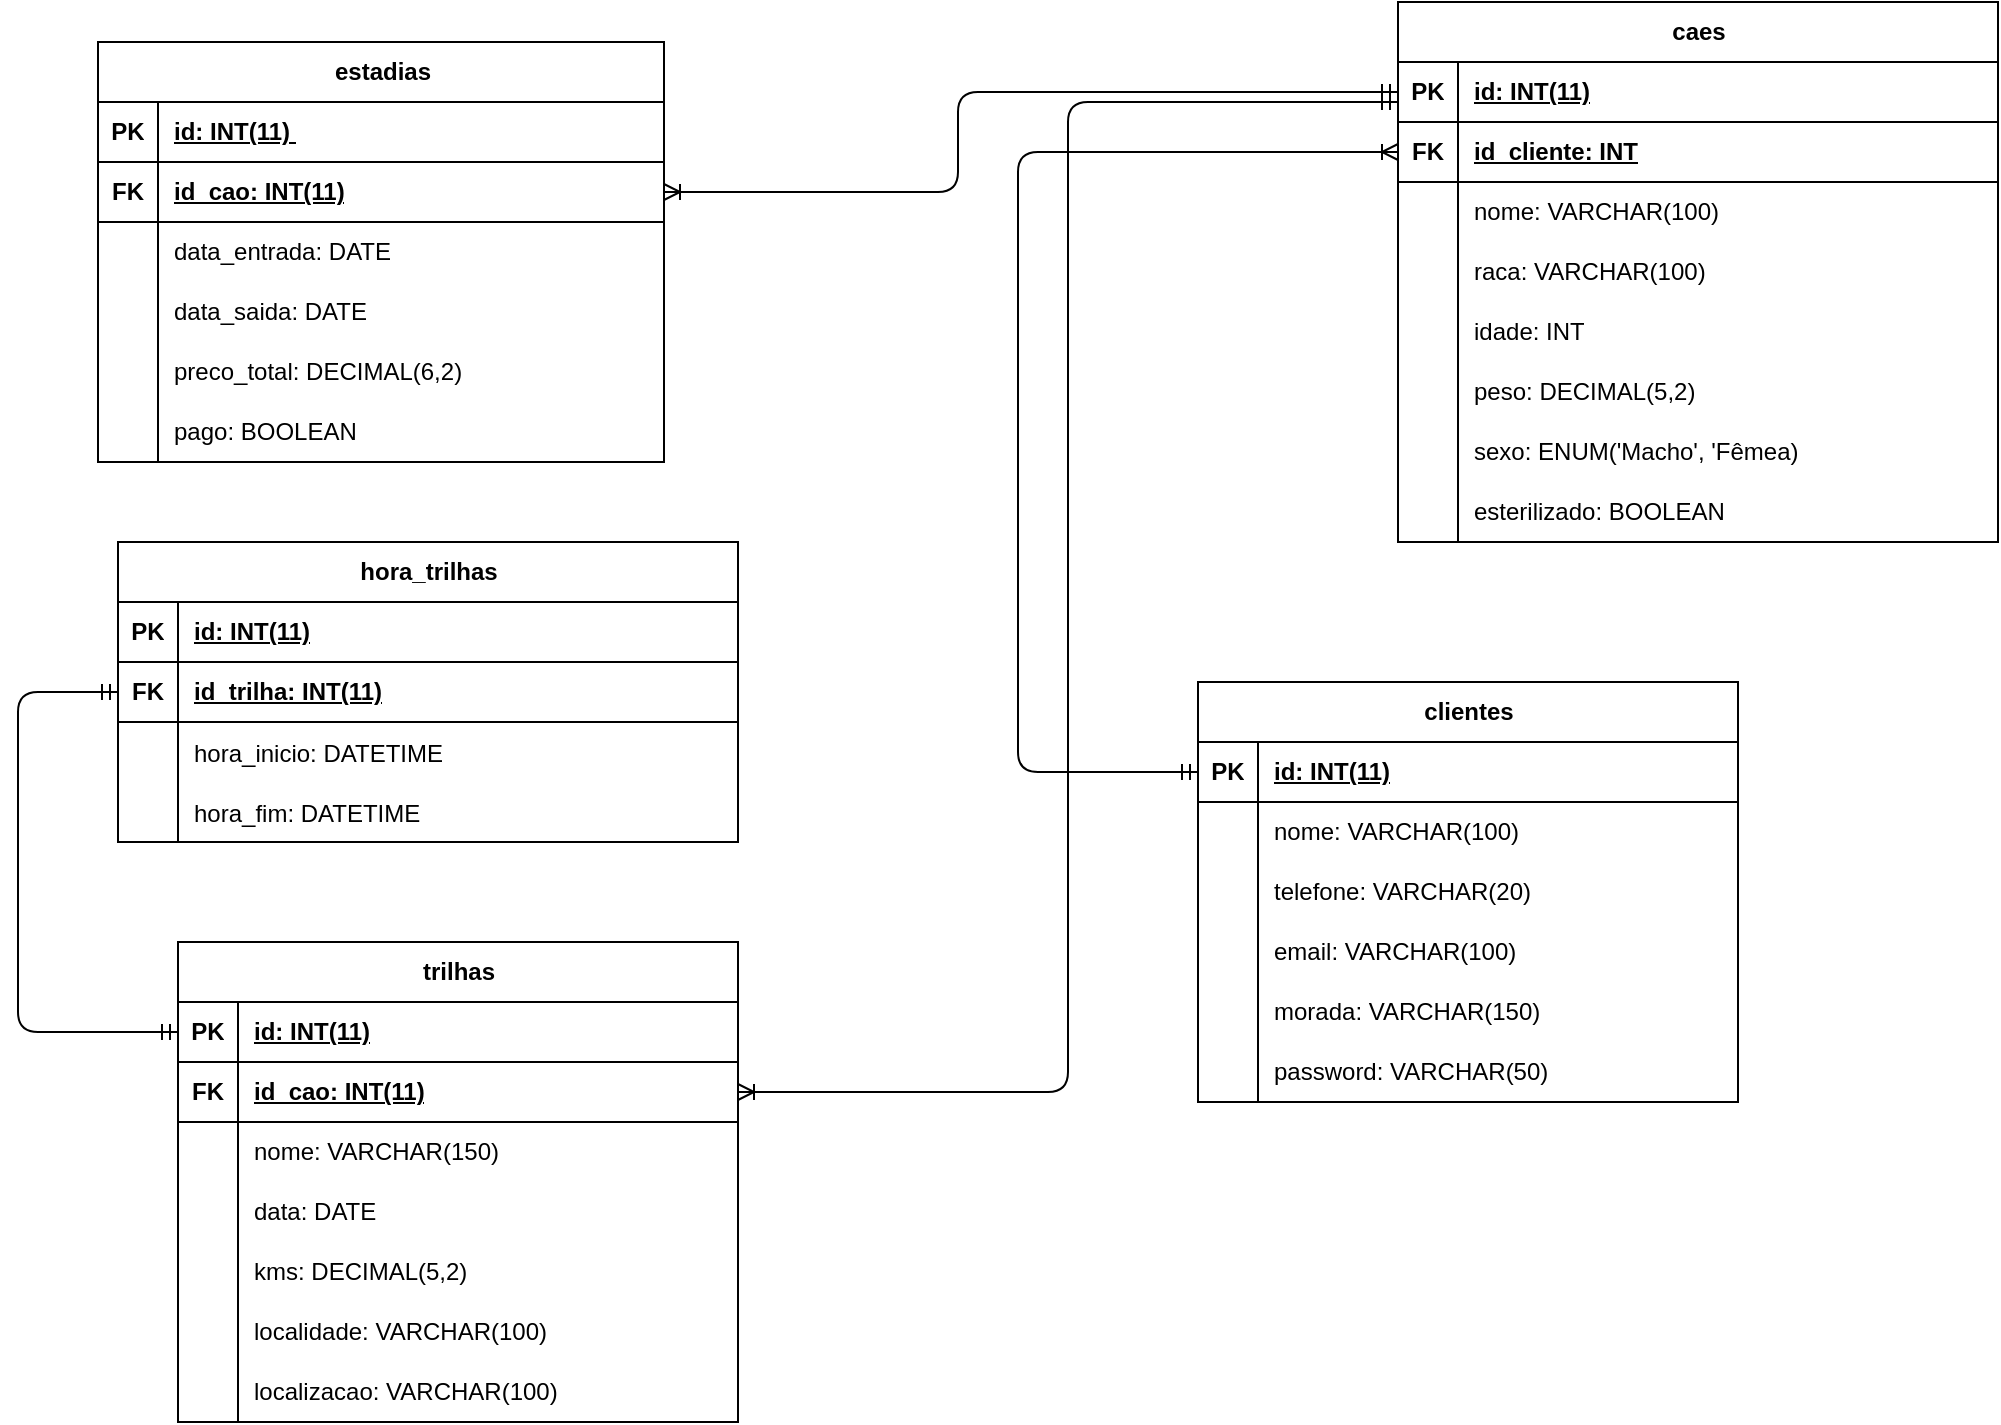
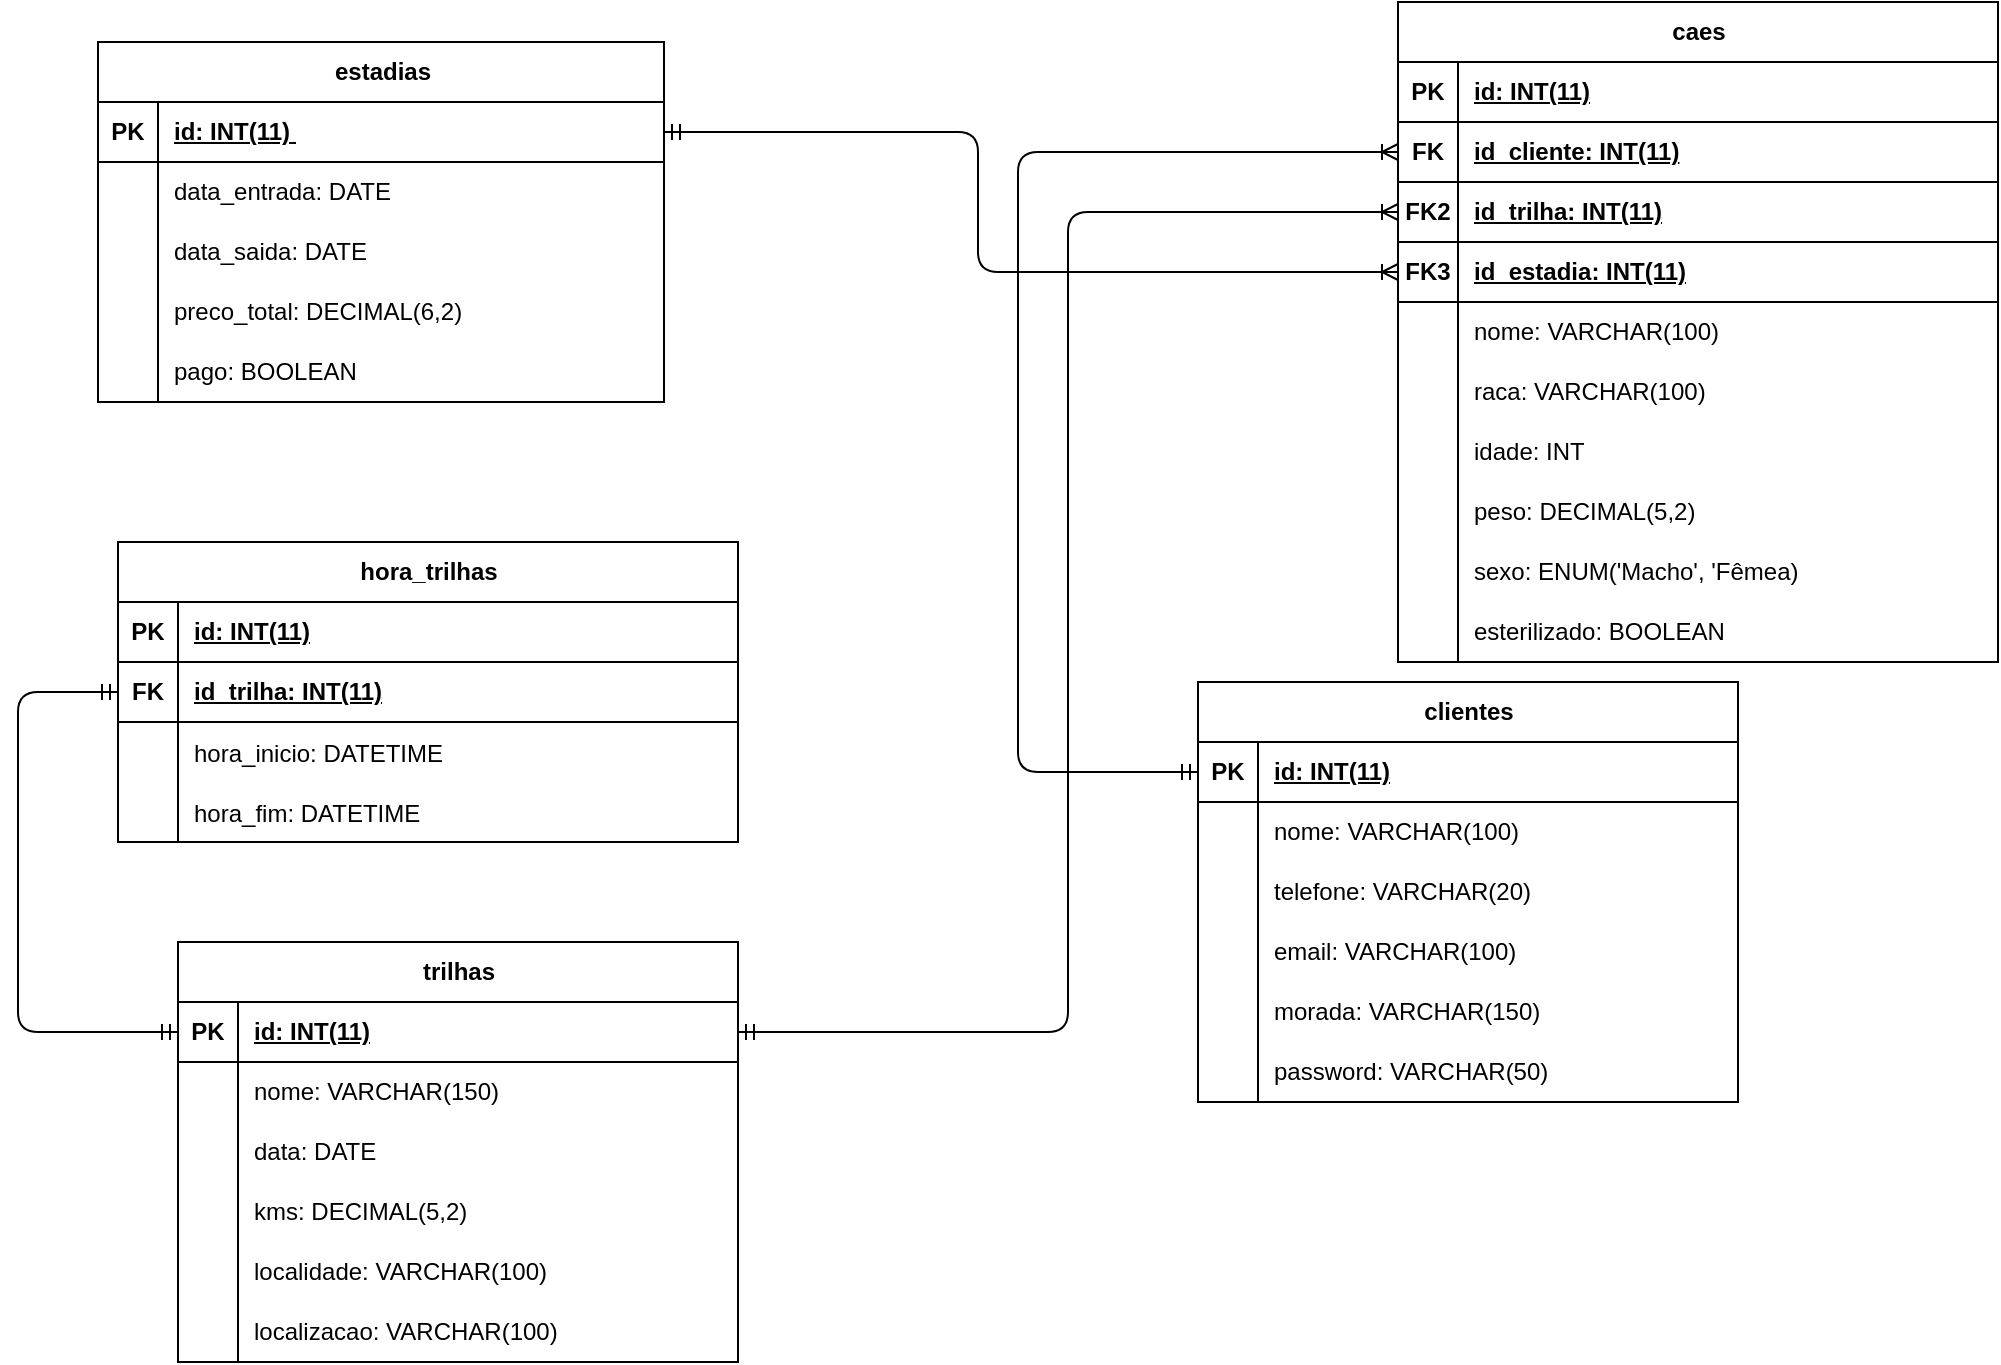
<mxfile host="65bd71144e">
    <diagram id="qsuWvYv3qOpMwH8im1zI" name="Page-1">
-         <mxGraphModel dx="540" dy="1879" grid="1" gridSize="10" guides="1" tooltips="1" connect="1" arrows="1" fold="1" page="1" pageScale="1" pageWidth="850" pageHeight="1100" math="0" shadow="0">
+         <mxGraphModel dx="1086" dy="1391" grid="1" gridSize="10" guides="1" tooltips="1" connect="1" arrows="1" fold="1" page="1" pageScale="1" pageWidth="850" pageHeight="1100" math="0" shadow="0">
            <root>
                <mxCell id="0"/>
                <mxCell id="1" parent="0"/>
                <mxCell id="52" value="estadias" style="shape=table;startSize=30;container=1;collapsible=1;childLayout=tableLayout;fixedRows=1;rowLines=0;fontStyle=1;align=center;resizeLast=1;html=1;" parent="1" vertex="1">
-                     <mxGeometry x="150" y="-40" width="283" height="210" as="geometry"/>
+                     <mxGeometry x="150" y="-40" width="283" height="180" as="geometry"/>
                </mxCell>
                <mxCell id="53" value="" style="shape=tableRow;horizontal=0;startSize=0;swimlaneHead=0;swimlaneBody=0;fillColor=none;collapsible=0;dropTarget=0;points=[[0,0.5],[1,0.5]];portConstraint=eastwest;top=0;left=0;right=0;bottom=1;" parent="52" vertex="1">
                    <mxGeometry y="30" width="283" height="30" as="geometry"/>
                </mxCell>
                <mxCell id="54" value="PK" style="shape=partialRectangle;connectable=0;fillColor=none;top=0;left=0;bottom=0;right=0;fontStyle=1;overflow=hidden;whiteSpace=wrap;html=1;" parent="53" vertex="1">
                    <mxGeometry width="30" height="30" as="geometry">
                        <mxRectangle width="30" height="30" as="alternateBounds"/>
                    </mxGeometry>
                </mxCell>
                <mxCell id="55" value="id: INT(11)&amp;nbsp;" style="shape=partialRectangle;connectable=0;fillColor=none;top=0;left=0;bottom=0;right=0;align=left;spacingLeft=6;fontStyle=5;overflow=hidden;whiteSpace=wrap;html=1;" parent="53" vertex="1">
                    <mxGeometry x="30" width="253" height="30" as="geometry">
                        <mxRectangle width="253" height="30" as="alternateBounds"/>
                    </mxGeometry>
                </mxCell>
-                 <mxCell id="65" style="shape=tableRow;horizontal=0;startSize=0;swimlaneHead=0;swimlaneBody=0;fillColor=none;collapsible=0;dropTarget=0;points=[[0,0.5],[1,0.5]];portConstraint=eastwest;top=0;left=0;right=0;bottom=1;" parent="52" vertex="1">
+                 <mxCell id="56" value="" style="shape=tableRow;horizontal=0;startSize=0;swimlaneHead=0;swimlaneBody=0;fillColor=none;collapsible=0;dropTarget=0;points=[[0,0.5],[1,0.5]];portConstraint=eastwest;top=0;left=0;right=0;bottom=0;" parent="52" vertex="1">
                    <mxGeometry y="60" width="283" height="30" as="geometry"/>
-                 </mxCell>
-                 <mxCell id="66" value="FK" style="shape=partialRectangle;connectable=0;fillColor=none;top=0;left=0;bottom=0;right=0;fontStyle=1;overflow=hidden;whiteSpace=wrap;html=1;" parent="65" vertex="1">
-                     <mxGeometry width="30" height="30" as="geometry">
-                         <mxRectangle width="30" height="30" as="alternateBounds"/>
-                     </mxGeometry>
-                 </mxCell>
-                 <mxCell id="67" value="id_cao: INT(11)" style="shape=partialRectangle;connectable=0;fillColor=none;top=0;left=0;bottom=0;right=0;align=left;spacingLeft=6;fontStyle=5;overflow=hidden;whiteSpace=wrap;html=1;" parent="65" vertex="1">
-                     <mxGeometry x="30" width="253" height="30" as="geometry">
-                         <mxRectangle width="253" height="30" as="alternateBounds"/>
-                     </mxGeometry>
-                 </mxCell>
-                 <mxCell id="56" value="" style="shape=tableRow;horizontal=0;startSize=0;swimlaneHead=0;swimlaneBody=0;fillColor=none;collapsible=0;dropTarget=0;points=[[0,0.5],[1,0.5]];portConstraint=eastwest;top=0;left=0;right=0;bottom=0;" parent="52" vertex="1">
-                     <mxGeometry y="90" width="283" height="30" as="geometry"/>
                </mxCell>
                <mxCell id="57" value="" style="shape=partialRectangle;connectable=0;fillColor=none;top=0;left=0;bottom=0;right=0;editable=1;overflow=hidden;whiteSpace=wrap;html=1;" parent="56" vertex="1">
                    <mxGeometry width="30" height="30" as="geometry">
                        <mxRectangle width="30" height="30" as="alternateBounds"/>
                    </mxGeometry>
                </mxCell>
                <mxCell id="58" value="data_entrada: DATE" style="shape=partialRectangle;connectable=0;fillColor=none;top=0;left=0;bottom=0;right=0;align=left;spacingLeft=6;overflow=hidden;whiteSpace=wrap;html=1;" parent="56" vertex="1">
                    <mxGeometry x="30" width="253" height="30" as="geometry">
                        <mxRectangle width="253" height="30" as="alternateBounds"/>
                    </mxGeometry>
                </mxCell>
                <mxCell id="59" value="" style="shape=tableRow;horizontal=0;startSize=0;swimlaneHead=0;swimlaneBody=0;fillColor=none;collapsible=0;dropTarget=0;points=[[0,0.5],[1,0.5]];portConstraint=eastwest;top=0;left=0;right=0;bottom=0;" parent="52" vertex="1">
-                     <mxGeometry y="120" width="283" height="30" as="geometry"/>
+                     <mxGeometry y="90" width="283" height="30" as="geometry"/>
                </mxCell>
                <mxCell id="60" value="" style="shape=partialRectangle;connectable=0;fillColor=none;top=0;left=0;bottom=0;right=0;editable=1;overflow=hidden;whiteSpace=wrap;html=1;" parent="59" vertex="1">
                    <mxGeometry width="30" height="30" as="geometry">
                        <mxRectangle width="30" height="30" as="alternateBounds"/>
                    </mxGeometry>
                </mxCell>
                <mxCell id="61" value="data_saida: DATE" style="shape=partialRectangle;connectable=0;fillColor=none;top=0;left=0;bottom=0;right=0;align=left;spacingLeft=6;overflow=hidden;whiteSpace=wrap;html=1;" parent="59" vertex="1">
                    <mxGeometry x="30" width="253" height="30" as="geometry">
                        <mxRectangle width="253" height="30" as="alternateBounds"/>
                    </mxGeometry>
                </mxCell>
                <mxCell id="62" value="" style="shape=tableRow;horizontal=0;startSize=0;swimlaneHead=0;swimlaneBody=0;fillColor=none;collapsible=0;dropTarget=0;points=[[0,0.5],[1,0.5]];portConstraint=eastwest;top=0;left=0;right=0;bottom=0;" parent="52" vertex="1">
-                     <mxGeometry y="150" width="283" height="30" as="geometry"/>
+                     <mxGeometry y="120" width="283" height="30" as="geometry"/>
                </mxCell>
                <mxCell id="63" value="" style="shape=partialRectangle;connectable=0;fillColor=none;top=0;left=0;bottom=0;right=0;editable=1;overflow=hidden;whiteSpace=wrap;html=1;" parent="62" vertex="1">
                    <mxGeometry width="30" height="30" as="geometry">
                        <mxRectangle width="30" height="30" as="alternateBounds"/>
                    </mxGeometry>
                </mxCell>
                <mxCell id="64" value="&lt;span style=&quot;color: rgb(0, 0, 0);&quot;&gt;preco_total: DECIMAL(6,2)&amp;nbsp;&lt;/span&gt;" style="shape=partialRectangle;connectable=0;fillColor=none;top=0;left=0;bottom=0;right=0;align=left;spacingLeft=6;overflow=hidden;whiteSpace=wrap;html=1;" parent="62" vertex="1">
                    <mxGeometry x="30" width="253" height="30" as="geometry">
                        <mxRectangle width="253" height="30" as="alternateBounds"/>
                    </mxGeometry>
                </mxCell>
                <mxCell id="68" style="shape=tableRow;horizontal=0;startSize=0;swimlaneHead=0;swimlaneBody=0;fillColor=none;collapsible=0;dropTarget=0;points=[[0,0.5],[1,0.5]];portConstraint=eastwest;top=0;left=0;right=0;bottom=0;" parent="52" vertex="1">
-                     <mxGeometry y="180" width="283" height="30" as="geometry"/>
+                     <mxGeometry y="150" width="283" height="30" as="geometry"/>
                </mxCell>
                <mxCell id="69" style="shape=partialRectangle;connectable=0;fillColor=none;top=0;left=0;bottom=0;right=0;editable=1;overflow=hidden;whiteSpace=wrap;html=1;" parent="68" vertex="1">
                    <mxGeometry width="30" height="30" as="geometry">
                        <mxRectangle width="30" height="30" as="alternateBounds"/>
                    </mxGeometry>
                </mxCell>
                <mxCell id="70" value="&lt;span style=&quot;color: rgb(0, 0, 0);&quot;&gt;pago: BOOLEAN&lt;/span&gt;" style="shape=partialRectangle;connectable=0;fillColor=none;top=0;left=0;bottom=0;right=0;align=left;spacingLeft=6;overflow=hidden;whiteSpace=wrap;html=1;" parent="68" vertex="1">
                    <mxGeometry x="30" width="253" height="30" as="geometry">
                        <mxRectangle width="253" height="30" as="alternateBounds"/>
                    </mxGeometry>
                </mxCell>
                <mxCell id="71" value="caes" style="shape=table;startSize=30;container=1;collapsible=1;childLayout=tableLayout;fixedRows=1;rowLines=0;fontStyle=1;align=center;resizeLast=1;html=1;" parent="1" vertex="1">
-                     <mxGeometry x="800" y="-60" width="300" height="270" as="geometry"/>
+                     <mxGeometry x="800" y="-60" width="300" height="330" as="geometry"/>
                </mxCell>
                <mxCell id="72" value="" style="shape=tableRow;horizontal=0;startSize=0;swimlaneHead=0;swimlaneBody=0;fillColor=none;collapsible=0;dropTarget=0;points=[[0,0.5],[1,0.5]];portConstraint=eastwest;top=0;left=0;right=0;bottom=1;" parent="71" vertex="1">
                    <mxGeometry y="30" width="300" height="30" as="geometry"/>
                </mxCell>
                <mxCell id="73" value="PK" style="shape=partialRectangle;connectable=0;fillColor=none;top=0;left=0;bottom=0;right=0;fontStyle=1;overflow=hidden;whiteSpace=wrap;html=1;" parent="72" vertex="1">
                    <mxGeometry width="30" height="30" as="geometry">
                        <mxRectangle width="30" height="30" as="alternateBounds"/>
                    </mxGeometry>
                </mxCell>
                <mxCell id="74" value="id: INT(11)" style="shape=partialRectangle;connectable=0;fillColor=none;top=0;left=0;bottom=0;right=0;align=left;spacingLeft=6;fontStyle=5;overflow=hidden;whiteSpace=wrap;html=1;" parent="72" vertex="1">
                    <mxGeometry x="30" width="270" height="30" as="geometry">
                        <mxRectangle width="270" height="30" as="alternateBounds"/>
                    </mxGeometry>
                </mxCell>
                <mxCell id="97" style="shape=tableRow;horizontal=0;startSize=0;swimlaneHead=0;swimlaneBody=0;fillColor=none;collapsible=0;dropTarget=0;points=[[0,0.5],[1,0.5]];portConstraint=eastwest;top=0;left=0;right=0;bottom=1;" parent="71" vertex="1">
                    <mxGeometry y="60" width="300" height="30" as="geometry"/>
                </mxCell>
                <mxCell id="98" value="FK" style="shape=partialRectangle;connectable=0;fillColor=none;top=0;left=0;bottom=0;right=0;fontStyle=1;overflow=hidden;whiteSpace=wrap;html=1;" parent="97" vertex="1">
                    <mxGeometry width="30" height="30" as="geometry">
                        <mxRectangle width="30" height="30" as="alternateBounds"/>
                    </mxGeometry>
                </mxCell>
-                 <mxCell id="99" value="id_cliente: INT" style="shape=partialRectangle;connectable=0;fillColor=none;top=0;left=0;bottom=0;right=0;align=left;spacingLeft=6;fontStyle=5;overflow=hidden;whiteSpace=wrap;html=1;" parent="97" vertex="1">
+                 <mxCell id="99" value="id_cliente: INT(11)" style="shape=partialRectangle;connectable=0;fillColor=none;top=0;left=0;bottom=0;right=0;align=left;spacingLeft=6;fontStyle=5;overflow=hidden;whiteSpace=wrap;html=1;" parent="97" vertex="1">
+                     <mxGeometry x="30" width="270" height="30" as="geometry">
+                         <mxRectangle width="270" height="30" as="alternateBounds"/>
+                     </mxGeometry>
+                 </mxCell>
+                 <mxCell id="192" style="shape=tableRow;horizontal=0;startSize=0;swimlaneHead=0;swimlaneBody=0;fillColor=none;collapsible=0;dropTarget=0;points=[[0,0.5],[1,0.5]];portConstraint=eastwest;top=0;left=0;right=0;bottom=1;" vertex="1" parent="71">
+                     <mxGeometry y="90" width="300" height="30" as="geometry"/>
+                 </mxCell>
+                 <mxCell id="193" value="FK2" style="shape=partialRectangle;connectable=0;fillColor=none;top=0;left=0;bottom=0;right=0;fontStyle=1;overflow=hidden;whiteSpace=wrap;html=1;" vertex="1" parent="192">
+                     <mxGeometry width="30" height="30" as="geometry">
+                         <mxRectangle width="30" height="30" as="alternateBounds"/>
+                     </mxGeometry>
+                 </mxCell>
+                 <mxCell id="194" value="id_trilha: INT(11)" style="shape=partialRectangle;connectable=0;fillColor=none;top=0;left=0;bottom=0;right=0;align=left;spacingLeft=6;fontStyle=5;overflow=hidden;whiteSpace=wrap;html=1;" vertex="1" parent="192">
+                     <mxGeometry x="30" width="270" height="30" as="geometry">
+                         <mxRectangle width="270" height="30" as="alternateBounds"/>
+                     </mxGeometry>
+                 </mxCell>
+                 <mxCell id="198" style="shape=tableRow;horizontal=0;startSize=0;swimlaneHead=0;swimlaneBody=0;fillColor=none;collapsible=0;dropTarget=0;points=[[0,0.5],[1,0.5]];portConstraint=eastwest;top=0;left=0;right=0;bottom=1;" vertex="1" parent="71">
+                     <mxGeometry y="120" width="300" height="30" as="geometry"/>
+                 </mxCell>
+                 <mxCell id="199" value="FK3" style="shape=partialRectangle;connectable=0;fillColor=none;top=0;left=0;bottom=0;right=0;fontStyle=1;overflow=hidden;whiteSpace=wrap;html=1;" vertex="1" parent="198">
+                     <mxGeometry width="30" height="30" as="geometry">
+                         <mxRectangle width="30" height="30" as="alternateBounds"/>
+                     </mxGeometry>
+                 </mxCell>
+                 <mxCell id="200" value="&lt;span style=&quot;color: rgb(0, 0, 0);&quot;&gt;id_estadia: INT(11)&lt;/span&gt;" style="shape=partialRectangle;connectable=0;fillColor=none;top=0;left=0;bottom=0;right=0;align=left;spacingLeft=6;fontStyle=5;overflow=hidden;whiteSpace=wrap;html=1;" vertex="1" parent="198">
                    <mxGeometry x="30" width="270" height="30" as="geometry">
                        <mxRectangle width="270" height="30" as="alternateBounds"/>
                    </mxGeometry>
                </mxCell>
                <mxCell id="75" value="" style="shape=tableRow;horizontal=0;startSize=0;swimlaneHead=0;swimlaneBody=0;fillColor=none;collapsible=0;dropTarget=0;points=[[0,0.5],[1,0.5]];portConstraint=eastwest;top=0;left=0;right=0;bottom=0;" parent="71" vertex="1">
-                     <mxGeometry y="90" width="300" height="30" as="geometry"/>
+                     <mxGeometry y="150" width="300" height="30" as="geometry"/>
                </mxCell>
                <mxCell id="76" value="" style="shape=partialRectangle;connectable=0;fillColor=none;top=0;left=0;bottom=0;right=0;editable=1;overflow=hidden;whiteSpace=wrap;html=1;" parent="75" vertex="1">
                    <mxGeometry width="30" height="30" as="geometry">
                        <mxRectangle width="30" height="30" as="alternateBounds"/>
                    </mxGeometry>
                </mxCell>
                <mxCell id="77" value="nome&lt;span style=&quot;color: rgb(0, 0, 0);&quot;&gt;: VARCHAR(100)&lt;/span&gt;" style="shape=partialRectangle;connectable=0;fillColor=none;top=0;left=0;bottom=0;right=0;align=left;spacingLeft=6;overflow=hidden;whiteSpace=wrap;html=1;" parent="75" vertex="1">
                    <mxGeometry x="30" width="270" height="30" as="geometry">
                        <mxRectangle width="270" height="30" as="alternateBounds"/>
                    </mxGeometry>
                </mxCell>
                <mxCell id="78" value="" style="shape=tableRow;horizontal=0;startSize=0;swimlaneHead=0;swimlaneBody=0;fillColor=none;collapsible=0;dropTarget=0;points=[[0,0.5],[1,0.5]];portConstraint=eastwest;top=0;left=0;right=0;bottom=0;" parent="71" vertex="1">
-                     <mxGeometry y="120" width="300" height="30" as="geometry"/>
+                     <mxGeometry y="180" width="300" height="30" as="geometry"/>
                </mxCell>
                <mxCell id="79" value="" style="shape=partialRectangle;connectable=0;fillColor=none;top=0;left=0;bottom=0;right=0;editable=1;overflow=hidden;whiteSpace=wrap;html=1;" parent="78" vertex="1">
                    <mxGeometry width="30" height="30" as="geometry">
                        <mxRectangle width="30" height="30" as="alternateBounds"/>
                    </mxGeometry>
                </mxCell>
                <mxCell id="80" value="raca&lt;span style=&quot;color: rgb(0, 0, 0);&quot;&gt;: VARCHAR(100)&lt;/span&gt;" style="shape=partialRectangle;connectable=0;fillColor=none;top=0;left=0;bottom=0;right=0;align=left;spacingLeft=6;overflow=hidden;whiteSpace=wrap;html=1;" parent="78" vertex="1">
                    <mxGeometry x="30" width="270" height="30" as="geometry">
                        <mxRectangle width="270" height="30" as="alternateBounds"/>
                    </mxGeometry>
                </mxCell>
                <mxCell id="81" value="" style="shape=tableRow;horizontal=0;startSize=0;swimlaneHead=0;swimlaneBody=0;fillColor=none;collapsible=0;dropTarget=0;points=[[0,0.5],[1,0.5]];portConstraint=eastwest;top=0;left=0;right=0;bottom=0;" parent="71" vertex="1">
-                     <mxGeometry y="150" width="300" height="30" as="geometry"/>
+                     <mxGeometry y="210" width="300" height="30" as="geometry"/>
                </mxCell>
                <mxCell id="82" value="" style="shape=partialRectangle;connectable=0;fillColor=none;top=0;left=0;bottom=0;right=0;editable=1;overflow=hidden;whiteSpace=wrap;html=1;" parent="81" vertex="1">
                    <mxGeometry width="30" height="30" as="geometry">
                        <mxRectangle width="30" height="30" as="alternateBounds"/>
                    </mxGeometry>
                </mxCell>
                <mxCell id="83" value="idade: INT" style="shape=partialRectangle;connectable=0;fillColor=none;top=0;left=0;bottom=0;right=0;align=left;spacingLeft=6;overflow=hidden;whiteSpace=wrap;html=1;" parent="81" vertex="1">
                    <mxGeometry x="30" width="270" height="30" as="geometry">
                        <mxRectangle width="270" height="30" as="alternateBounds"/>
                    </mxGeometry>
                </mxCell>
                <mxCell id="106" style="shape=tableRow;horizontal=0;startSize=0;swimlaneHead=0;swimlaneBody=0;fillColor=none;collapsible=0;dropTarget=0;points=[[0,0.5],[1,0.5]];portConstraint=eastwest;top=0;left=0;right=0;bottom=0;" parent="71" vertex="1">
-                     <mxGeometry y="180" width="300" height="30" as="geometry"/>
+                     <mxGeometry y="240" width="300" height="30" as="geometry"/>
                </mxCell>
                <mxCell id="107" style="shape=partialRectangle;connectable=0;fillColor=none;top=0;left=0;bottom=0;right=0;editable=1;overflow=hidden;whiteSpace=wrap;html=1;" parent="106" vertex="1">
                    <mxGeometry width="30" height="30" as="geometry">
                        <mxRectangle width="30" height="30" as="alternateBounds"/>
                    </mxGeometry>
                </mxCell>
                <mxCell id="108" value="peso: DECIMAL(5,2)" style="shape=partialRectangle;connectable=0;fillColor=none;top=0;left=0;bottom=0;right=0;align=left;spacingLeft=6;overflow=hidden;whiteSpace=wrap;html=1;" parent="106" vertex="1">
                    <mxGeometry x="30" width="270" height="30" as="geometry">
                        <mxRectangle width="270" height="30" as="alternateBounds"/>
                    </mxGeometry>
                </mxCell>
                <mxCell id="103" style="shape=tableRow;horizontal=0;startSize=0;swimlaneHead=0;swimlaneBody=0;fillColor=none;collapsible=0;dropTarget=0;points=[[0,0.5],[1,0.5]];portConstraint=eastwest;top=0;left=0;right=0;bottom=0;" parent="71" vertex="1">
-                     <mxGeometry y="210" width="300" height="30" as="geometry"/>
+                     <mxGeometry y="270" width="300" height="30" as="geometry"/>
                </mxCell>
                <mxCell id="104" style="shape=partialRectangle;connectable=0;fillColor=none;top=0;left=0;bottom=0;right=0;editable=1;overflow=hidden;whiteSpace=wrap;html=1;" parent="103" vertex="1">
                    <mxGeometry width="30" height="30" as="geometry">
                        <mxRectangle width="30" height="30" as="alternateBounds"/>
                    </mxGeometry>
                </mxCell>
                <mxCell id="105" value="sexo&lt;span style=&quot;color: rgb(0, 0, 0);&quot;&gt;: ENUM(&#39;Macho&#39;, &#39;Fêmea)&lt;/span&gt;" style="shape=partialRectangle;connectable=0;fillColor=none;top=0;left=0;bottom=0;right=0;align=left;spacingLeft=6;overflow=hidden;whiteSpace=wrap;html=1;" parent="103" vertex="1">
                    <mxGeometry x="30" width="270" height="30" as="geometry">
                        <mxRectangle width="270" height="30" as="alternateBounds"/>
                    </mxGeometry>
                </mxCell>
                <mxCell id="100" style="shape=tableRow;horizontal=0;startSize=0;swimlaneHead=0;swimlaneBody=0;fillColor=none;collapsible=0;dropTarget=0;points=[[0,0.5],[1,0.5]];portConstraint=eastwest;top=0;left=0;right=0;bottom=0;" parent="71" vertex="1">
-                     <mxGeometry y="240" width="300" height="30" as="geometry"/>
+                     <mxGeometry y="300" width="300" height="30" as="geometry"/>
                </mxCell>
                <mxCell id="101" style="shape=partialRectangle;connectable=0;fillColor=none;top=0;left=0;bottom=0;right=0;editable=1;overflow=hidden;whiteSpace=wrap;html=1;" parent="100" vertex="1">
                    <mxGeometry width="30" height="30" as="geometry">
                        <mxRectangle width="30" height="30" as="alternateBounds"/>
                    </mxGeometry>
                </mxCell>
                <mxCell id="102" value="esterilizado: BOOLEAN" style="shape=partialRectangle;connectable=0;fillColor=none;top=0;left=0;bottom=0;right=0;align=left;spacingLeft=6;overflow=hidden;whiteSpace=wrap;html=1;" parent="100" vertex="1">
                    <mxGeometry x="30" width="270" height="30" as="geometry">
                        <mxRectangle width="270" height="30" as="alternateBounds"/>
                    </mxGeometry>
                </mxCell>
                <mxCell id="115" value="clientes" style="shape=table;startSize=30;container=1;collapsible=1;childLayout=tableLayout;fixedRows=1;rowLines=0;fontStyle=1;align=center;resizeLast=1;html=1;" parent="1" vertex="1">
                    <mxGeometry x="700" y="280" width="270" height="210" as="geometry"/>
                </mxCell>
                <mxCell id="116" value="" style="shape=tableRow;horizontal=0;startSize=0;swimlaneHead=0;swimlaneBody=0;fillColor=none;collapsible=0;dropTarget=0;points=[[0,0.5],[1,0.5]];portConstraint=eastwest;top=0;left=0;right=0;bottom=1;" parent="115" vertex="1">
                    <mxGeometry y="30" width="270" height="30" as="geometry"/>
                </mxCell>
                <mxCell id="117" value="PK" style="shape=partialRectangle;connectable=0;fillColor=none;top=0;left=0;bottom=0;right=0;fontStyle=1;overflow=hidden;whiteSpace=wrap;html=1;" parent="116" vertex="1">
                    <mxGeometry width="30" height="30" as="geometry">
                        <mxRectangle width="30" height="30" as="alternateBounds"/>
                    </mxGeometry>
                </mxCell>
                <mxCell id="118" value="id: INT(11)" style="shape=partialRectangle;connectable=0;fillColor=none;top=0;left=0;bottom=0;right=0;align=left;spacingLeft=6;fontStyle=5;overflow=hidden;whiteSpace=wrap;html=1;" parent="116" vertex="1">
                    <mxGeometry x="30" width="240" height="30" as="geometry">
                        <mxRectangle width="240" height="30" as="alternateBounds"/>
                    </mxGeometry>
                </mxCell>
                <mxCell id="119" value="" style="shape=tableRow;horizontal=0;startSize=0;swimlaneHead=0;swimlaneBody=0;fillColor=none;collapsible=0;dropTarget=0;points=[[0,0.5],[1,0.5]];portConstraint=eastwest;top=0;left=0;right=0;bottom=0;" parent="115" vertex="1">
                    <mxGeometry y="60" width="270" height="30" as="geometry"/>
                </mxCell>
                <mxCell id="120" value="" style="shape=partialRectangle;connectable=0;fillColor=none;top=0;left=0;bottom=0;right=0;editable=1;overflow=hidden;whiteSpace=wrap;html=1;" parent="119" vertex="1">
                    <mxGeometry width="30" height="30" as="geometry">
                        <mxRectangle width="30" height="30" as="alternateBounds"/>
                    </mxGeometry>
                </mxCell>
                <mxCell id="121" value="nome&lt;span style=&quot;color: rgb(0, 0, 0);&quot;&gt;: VARCHAR(100)&lt;/span&gt;" style="shape=partialRectangle;connectable=0;fillColor=none;top=0;left=0;bottom=0;right=0;align=left;spacingLeft=6;overflow=hidden;whiteSpace=wrap;html=1;" parent="119" vertex="1">
                    <mxGeometry x="30" width="240" height="30" as="geometry">
                        <mxRectangle width="240" height="30" as="alternateBounds"/>
                    </mxGeometry>
                </mxCell>
                <mxCell id="122" value="" style="shape=tableRow;horizontal=0;startSize=0;swimlaneHead=0;swimlaneBody=0;fillColor=none;collapsible=0;dropTarget=0;points=[[0,0.5],[1,0.5]];portConstraint=eastwest;top=0;left=0;right=0;bottom=0;" parent="115" vertex="1">
                    <mxGeometry y="90" width="270" height="30" as="geometry"/>
                </mxCell>
                <mxCell id="123" value="" style="shape=partialRectangle;connectable=0;fillColor=none;top=0;left=0;bottom=0;right=0;editable=1;overflow=hidden;whiteSpace=wrap;html=1;" parent="122" vertex="1">
                    <mxGeometry width="30" height="30" as="geometry">
                        <mxRectangle width="30" height="30" as="alternateBounds"/>
                    </mxGeometry>
                </mxCell>
                <mxCell id="124" value="telefone&lt;span style=&quot;color: rgb(0, 0, 0);&quot;&gt;: VARCHAR(20)&lt;/span&gt;" style="shape=partialRectangle;connectable=0;fillColor=none;top=0;left=0;bottom=0;right=0;align=left;spacingLeft=6;overflow=hidden;whiteSpace=wrap;html=1;" parent="122" vertex="1">
                    <mxGeometry x="30" width="240" height="30" as="geometry">
                        <mxRectangle width="240" height="30" as="alternateBounds"/>
                    </mxGeometry>
                </mxCell>
                <mxCell id="125" value="" style="shape=tableRow;horizontal=0;startSize=0;swimlaneHead=0;swimlaneBody=0;fillColor=none;collapsible=0;dropTarget=0;points=[[0,0.5],[1,0.5]];portConstraint=eastwest;top=0;left=0;right=0;bottom=0;" parent="115" vertex="1">
                    <mxGeometry y="120" width="270" height="30" as="geometry"/>
                </mxCell>
                <mxCell id="126" value="" style="shape=partialRectangle;connectable=0;fillColor=none;top=0;left=0;bottom=0;right=0;editable=1;overflow=hidden;whiteSpace=wrap;html=1;" parent="125" vertex="1">
                    <mxGeometry width="30" height="30" as="geometry">
                        <mxRectangle width="30" height="30" as="alternateBounds"/>
                    </mxGeometry>
                </mxCell>
                <mxCell id="127" value="email&lt;span style=&quot;color: rgb(0, 0, 0);&quot;&gt;: VARCHAR(100)&lt;/span&gt;" style="shape=partialRectangle;connectable=0;fillColor=none;top=0;left=0;bottom=0;right=0;align=left;spacingLeft=6;overflow=hidden;whiteSpace=wrap;html=1;" parent="125" vertex="1">
                    <mxGeometry x="30" width="240" height="30" as="geometry">
                        <mxRectangle width="240" height="30" as="alternateBounds"/>
                    </mxGeometry>
                </mxCell>
                <mxCell id="128" style="shape=tableRow;horizontal=0;startSize=0;swimlaneHead=0;swimlaneBody=0;fillColor=none;collapsible=0;dropTarget=0;points=[[0,0.5],[1,0.5]];portConstraint=eastwest;top=0;left=0;right=0;bottom=0;" parent="115" vertex="1">
                    <mxGeometry y="150" width="270" height="30" as="geometry"/>
                </mxCell>
                <mxCell id="129" style="shape=partialRectangle;connectable=0;fillColor=none;top=0;left=0;bottom=0;right=0;editable=1;overflow=hidden;whiteSpace=wrap;html=1;" parent="128" vertex="1">
                    <mxGeometry width="30" height="30" as="geometry">
                        <mxRectangle width="30" height="30" as="alternateBounds"/>
                    </mxGeometry>
                </mxCell>
                <mxCell id="130" value="morada&lt;span style=&quot;color: rgb(0, 0, 0);&quot;&gt;: VARCHAR(150)&lt;/span&gt;" style="shape=partialRectangle;connectable=0;fillColor=none;top=0;left=0;bottom=0;right=0;align=left;spacingLeft=6;overflow=hidden;whiteSpace=wrap;html=1;" parent="128" vertex="1">
                    <mxGeometry x="30" width="240" height="30" as="geometry">
                        <mxRectangle width="240" height="30" as="alternateBounds"/>
                    </mxGeometry>
                </mxCell>
                <mxCell id="186" style="shape=tableRow;horizontal=0;startSize=0;swimlaneHead=0;swimlaneBody=0;fillColor=none;collapsible=0;dropTarget=0;points=[[0,0.5],[1,0.5]];portConstraint=eastwest;top=0;left=0;right=0;bottom=0;" parent="115" vertex="1">
                    <mxGeometry y="180" width="270" height="30" as="geometry"/>
                </mxCell>
                <mxCell id="187" style="shape=partialRectangle;connectable=0;fillColor=none;top=0;left=0;bottom=0;right=0;editable=1;overflow=hidden;whiteSpace=wrap;html=1;" parent="186" vertex="1">
                    <mxGeometry width="30" height="30" as="geometry">
                        <mxRectangle width="30" height="30" as="alternateBounds"/>
                    </mxGeometry>
                </mxCell>
                <mxCell id="188" value="&lt;span style=&quot;color: rgb(0, 0, 0);&quot;&gt;password&lt;/span&gt;&lt;span style=&quot;color: rgb(0, 0, 0);&quot;&gt;: VARCHAR(50)&lt;/span&gt;&lt;span style=&quot;font-family: monospace; font-size: 0px; text-wrap-mode: nowrap;&quot;&gt;%3CmxGraphModel%3E%3Croot%3E%3CmxCell%20id%3D%220%22%2F%3E%3CmxCell%20id%3D%221%22%20parent%3D%220%22%2F%3E%3CmxCell%20id%3D%222%22%20value%3D%22morada%26amp%3Bnbsp%3B%26lt%3Bspan%20style%3D%26quot%3Bfont-family%3A%20Consolas%2C%20%26amp%3Bquot%3BCourier%20New%26amp%3Bquot%3B%2C%20monospace%3B%20font-size%3A%2014px%3B%20white-space%3A%20pre%3B%20color%3A%20rgb(86%2C%20156%2C%20214)%3B%26quot%3B%26gt%3BVARCHAR%26lt%3B%2Fspan%26gt%3B%26lt%3Bspan%20style%3D%26quot%3Bcolor%3A%20rgb(204%2C%20204%2C%20204)%3B%20font-family%3A%20Consolas%2C%20%26amp%3Bquot%3BCourier%20New%26amp%3Bquot%3B%2C%20monospace%3B%20font-size%3A%2014px%3B%20white-space%3A%20pre%3B%26quot%3B%26gt%3B(%26lt%3B%2Fspan%26gt%3B%26lt%3Bspan%20style%3D%26quot%3Bfont-family%3A%20Consolas%2C%20%26amp%3Bquot%3BCourier%20New%26amp%3Bquot%3B%2C%20monospace%3B%20font-size%3A%2014px%3B%20white-space%3A%20pre%3B%20color%3A%20rgb(181%2C%20206%2C%20168)%3B%26quot%3B%26gt%3B100%26lt%3B%2Fspan%26gt%3B%26lt%3Bspan%20style%3D%26quot%3Bcolor%3A%20rgb(204%2C%20204%2C%20204)%3B%20font-family%3A%20Consolas%2C%20%26amp%3Bquot%3BCourier%20New%26amp%3Bquot%3B%2C%20monospace%3B%20font-size%3A%2014px%3B%20white-space%3A%20pre%3B%26quot%3B%26gt%3B)%20%26lt%3B%2Fspan%26gt%3B%26lt%3Bspan%20style%3D%26quot%3Bfont-family%3A%20Consolas%2C%20%26amp%3Bquot%3BCourier%20New%26amp%3Bquot%3B%2C%20monospace%3B%20font-size%3A%2014px%3B%20white-space%3A%20pre%3B%20color%3A%20rgb(86%2C%20156%2C%20214)%3B%26quot%3B%26gt%3BNOT%26lt%3B%2Fspan%26gt%3B%26lt%3Bspan%20style%3D%26quot%3Bcolor%3A%20rgb(204%2C%20204%2C%20204)%3B%20font-family%3A%20Consolas%2C%20%26amp%3Bquot%3BCourier%20New%26amp%3Bquot%3B%2C%20monospace%3B%20font-size%3A%2014px%3B%20white-space%3A%20pre%3B%26quot%3B%26gt%3B%20%26lt%3B%2Fspan%26gt%3B%26lt%3Bspan%20style%3D%26quot%3Bfont-family%3A%20Consolas%2C%20%26amp%3Bquot%3BCourier%20New%26amp%3Bquot%3B%2C%20monospace%3B%20font-size%3A%2014px%3B%20white-space%3A%20pre%3B%20color%3A%20rgb(86%2C%20156%2C%20214)%3B%26quot%3B%26gt%3BNULL%26lt%3B%2Fspan%26gt%3B%22%20style%3D%22shape%3DpartialRectangle%3Bconnectable%3D0%3BfillColor%3Dnone%3Btop%3D0%3Bleft%3D0%3Bbottom%3D0%3Bright%3D0%3Balign%3Dleft%3BspacingLeft%3D6%3Boverflow%3Dhidden%3BwhiteSpace%3Dwrap%3Bhtml%3D1%3B%22%20vertex%3D%221%22%20parent%3D%221%22%3E%3CmxGeometry%20x%3D%22580%22%20y%3D%22415%22%20width%3D%22240%22%20height%3D%2230%22%20as%3D%22geometry%22%3E%3CmxRectangle%20width%3D%22240%22%20height%3D%2230%22%20as%3D%22alternateBounds%22%2F%3E%3C%2FmxGeometry%3E%3C%2FmxCell%3E%3CmxCell%20id%3D%223%22%20value%3D%22password%26amp%3Bnbsp%3B%22%20style%3D%22shape%3DpartialRectangle%3Bconnectable%3D0%3BfillColor%3Dnone%3Btop%3D0%3Bleft%3D0%3Bbottom%3D0%3Bright%3D0%3Balign%3Dleft%3BspacingLeft%3D6%3Boverflow%3Dhidden%3BwhiteSpace%3Dwrap%3Bhtml%3D1%3B%22%20vertex%3D%221%22%20parent%3D%221%22%3E%3CmxGeometry%20x%3D%22580%22%20y%3D%22445%22%20width%3D%22240%22%20height%3D%2230%22%20as%3D%22geometry%22%3E%3CmxRectangle%20width%3D%22240%22%20height%3D%2230%22%20as%3D%22alternateBounds%22%2F%3E%3C%2FmxGeometry%3E%3C%2FmxCell%3E%3C%2Froot%3E%3C%2FmxGraphModel%3E&lt;/span&gt;&lt;span style=&quot;font-family: monospace; font-size: 0px; text-wrap-mode: nowrap;&quot;&gt;%3CmxGraphModel%3E%3Croot%3E%3CmxCell%20id%3D%220%22%2F%3E%3CmxCell%20id%3D%221%22%20parent%3D%220%22%2F%3E%3CmxCell%20id%3D%222%22%20value%3D%22morada%26amp%3Bnbsp%3B%26lt%3Bspan%20style%3D%26quot%3Bfont-family%3A%20Consolas%2C%20%26amp%3Bquot%3BCourier%20New%26amp%3Bquot%3B%2C%20monospace%3B%20font-size%3A%2014px%3B%20white-space%3A%20pre%3B%20color%3A%20rgb(86%2C%20156%2C%20214)%3B%26quot%3B%26gt%3BVARCHAR%26lt%3B%2Fspan%26gt%3B%26lt%3Bspan%20style%3D%26quot%3Bcolor%3A%20rgb(204%2C%20204%2C%20204)%3B%20font-family%3A%20Consolas%2C%20%26amp%3Bquot%3BCourier%20New%26amp%3Bquot%3B%2C%20monospace%3B%20font-size%3A%2014px%3B%20white-space%3A%20pre%3B%26quot%3B%26gt%3B(%26lt%3B%2Fspan%26gt%3B%26lt%3Bspan%20style%3D%26quot%3Bfont-family%3A%20Consolas%2C%20%26amp%3Bquot%3BCourier%20New%26amp%3Bquot%3B%2C%20monospace%3B%20font-size%3A%2014px%3B%20white-space%3A%20pre%3B%20color%3A%20rgb(181%2C%20206%2C%20168)%3B%26quot%3B%26gt%3B100%26lt%3B%2Fspan%26gt%3B%26lt%3Bspan%20style%3D%26quot%3Bcolor%3A%20rgb(204%2C%20204%2C%20204)%3B%20font-family%3A%20Consolas%2C%20%26amp%3Bquot%3BCourier%20New%26amp%3Bquot%3B%2C%20monospace%3B%20font-size%3A%2014px%3B%20white-space%3A%20pre%3B%26quot%3B%26gt%3B)%20%26lt%3B%2Fspan%26gt%3B%26lt%3Bspan%20style%3D%26quot%3Bfont-family%3A%20Consolas%2C%20%26amp%3Bquot%3BCourier%20New%26amp%3Bquot%3B%2C%20monospace%3B%20font-size%3A%2014px%3B%20white-space%3A%20pre%3B%20color%3A%20rgb(86%2C%20156%2C%20214)%3B%26quot%3B%26gt%3BNOT%26lt%3B%2Fspan%26gt%3B%26lt%3Bspan%20style%3D%26quot%3Bcolor%3A%20rgb(204%2C%20204%2C%20204)%3B%20font-family%3A%20Consolas%2C%20%26amp%3Bquot%3BCourier%20New%26amp%3Bquot%3B%2C%20monospace%3B%20font-size%3A%2014px%3B%20white-space%3A%20pre%3B%26quot%3B%26gt%3B%20%26lt%3B%2Fspan%26gt%3B%26lt%3Bspan%20style%3D%26quot%3Bfont-family%3A%20Consolas%2C%20%26amp%3Bquot%3BCourier%20New%26amp%3Bquot%3B%2C%20monospace%3B%20font-size%3A%2014px%3B%20white-space%3A%20pre%3B%20color%3A%20rgb(86%2C%20156%2C%20214)%3B%26quot%3B%26gt%3BNULL%26lt%3B%2Fspan%26gt%3B%22%20style%3D%22shape%3DpartialRectangle%3Bconnectable%3D0%3BfillColor%3Dnone%3Btop%3D0%3Bleft%3D0%3Bbottom%3D0%3Bright%3D0%3Balign%3Dleft%3BspacingLeft%3D6%3Boverflow%3Dhidden%3BwhiteSpace%3Dwrap%3Bhtml%3D1%3B%22%20vertex%3D%221%22%20parent%3D%221%22%3E%3CmxGeometry%20x%3D%22580%22%20y%3D%22415%22%20width%3D%22240%22%20height%3D%2230%22%20as%3D%22geometry%22%3E%3CmxRectangle%20width%3D%22240%22%20height%3D%2230%22%20as%3D%22alternateBounds%22%2F%3E%3C%2FmxGeometry%3E%3C%2FmxCell%3E%3CmxCell%20id%3D%223%22%20value%3D%22password%26amp%3Bnbsp%3B%22%20style%3D%22shape%3DpartialRectangle%3Bconnectable%3D0%3BfillColor%3Dnone%3Btop%3D0%3Bleft%3D0%3Bbottom%3D0%3Bright%3D0%3Balign%3Dleft%3BspacingLeft%3D6%3Boverflow%3Dhidden%3BwhiteSpace%3Dwrap%3Bhtml%3D1%3B%22%20vertex%3D%221%22%20parent%3D%221%22%3E%3CmxGeometry%20x%3D%22580%22%20y%3D%22445%22%20width%3D%22240%22%20height%3D%2230%22%20as%3D%22geometry%22%3E%3CmxRectangle%20width%3D%22240%22%20height%3D%2230%22%20as%3D%22alternateBounds%22%2F%3E%3C%2FmxGeometry%3E%3C%2FmxCell%3E%3C%2Froot%3E%3C%2FmxGraphModel%3E&lt;/span&gt;" style="shape=partialRectangle;connectable=0;fillColor=none;top=0;left=0;bottom=0;right=0;align=left;spacingLeft=6;overflow=hidden;whiteSpace=wrap;html=1;" parent="186" vertex="1">
                    <mxGeometry x="30" width="240" height="30" as="geometry">
                        <mxRectangle width="240" height="30" as="alternateBounds"/>
                    </mxGeometry>
                </mxCell>
                <mxCell id="131" value="" style="edgeStyle=orthogonalEdgeStyle;fontSize=12;html=1;endArrow=ERoneToMany;startArrow=ERmandOne;exitX=0;exitY=0.5;exitDx=0;exitDy=0;entryX=0;entryY=0.5;entryDx=0;entryDy=0;" parent="1" source="116" target="97" edge="1">
                    <mxGeometry width="100" height="100" relative="1" as="geometry">
                        <mxPoint x="390" y="380" as="sourcePoint"/>
                        <mxPoint x="490" y="280" as="targetPoint"/>
                        <Array as="points">
                            <mxPoint x="610" y="325"/>
                            <mxPoint x="610" y="15"/>
                        </Array>
                    </mxGeometry>
                </mxCell>
-                 <mxCell id="134" value="" style="edgeStyle=orthogonalEdgeStyle;fontSize=12;html=1;endArrow=ERoneToMany;startArrow=ERmandOne;exitX=0;exitY=0.5;exitDx=0;exitDy=0;entryX=1;entryY=0.5;entryDx=0;entryDy=0;" parent="1" source="72" target="65" edge="1">
+                 <mxCell id="134" value="" style="edgeStyle=orthogonalEdgeStyle;fontSize=12;html=1;endArrow=ERoneToMany;startArrow=ERmandOne;exitX=1;exitY=0.5;exitDx=0;exitDy=0;entryX=0;entryY=0.5;entryDx=0;entryDy=0;" parent="1" source="53" target="198" edge="1">
                    <mxGeometry width="100" height="100" relative="1" as="geometry">
-                         <mxPoint x="490" y="495" as="sourcePoint"/>
-                         <mxPoint x="460" y="170" as="targetPoint"/>
+                         <mxPoint x="777" y="-130" as="sourcePoint"/>
+                         <mxPoint x="730" y="-2" as="targetPoint"/>
                        <Array as="points">
-                             <mxPoint x="580" y="-15"/>
-                             <mxPoint x="580" y="35"/>
+                             <mxPoint x="590" y="5"/>
+                             <mxPoint x="590" y="75"/>
                        </Array>
                    </mxGeometry>
                </mxCell>
                <mxCell id="135" value="hora_trilhas" style="shape=table;startSize=30;container=1;collapsible=1;childLayout=tableLayout;fixedRows=1;rowLines=0;fontStyle=1;align=center;resizeLast=1;html=1;" parent="1" vertex="1">
                    <mxGeometry x="160" y="210" width="310" height="150" as="geometry"/>
                </mxCell>
                <mxCell id="136" value="" style="shape=tableRow;horizontal=0;startSize=0;swimlaneHead=0;swimlaneBody=0;fillColor=none;collapsible=0;dropTarget=0;points=[[0,0.5],[1,0.5]];portConstraint=eastwest;top=0;left=0;right=0;bottom=1;" parent="135" vertex="1">
                    <mxGeometry y="30" width="310" height="30" as="geometry"/>
                </mxCell>
                <mxCell id="137" value="PK" style="shape=partialRectangle;connectable=0;fillColor=none;top=0;left=0;bottom=0;right=0;fontStyle=1;overflow=hidden;whiteSpace=wrap;html=1;" parent="136" vertex="1">
                    <mxGeometry width="30" height="30" as="geometry">
                        <mxRectangle width="30" height="30" as="alternateBounds"/>
                    </mxGeometry>
                </mxCell>
                <mxCell id="138" value="id: INT(11)" style="shape=partialRectangle;connectable=0;fillColor=none;top=0;left=0;bottom=0;right=0;align=left;spacingLeft=6;fontStyle=5;overflow=hidden;whiteSpace=wrap;html=1;" parent="136" vertex="1">
                    <mxGeometry x="30" width="280" height="30" as="geometry">
                        <mxRectangle width="280" height="30" as="alternateBounds"/>
                    </mxGeometry>
                </mxCell>
                <mxCell id="151" style="shape=tableRow;horizontal=0;startSize=0;swimlaneHead=0;swimlaneBody=0;fillColor=none;collapsible=0;dropTarget=0;points=[[0,0.5],[1,0.5]];portConstraint=eastwest;top=0;left=0;right=0;bottom=1;" parent="135" vertex="1">
                    <mxGeometry y="60" width="310" height="30" as="geometry"/>
                </mxCell>
                <mxCell id="152" value="FK" style="shape=partialRectangle;connectable=0;fillColor=none;top=0;left=0;bottom=0;right=0;fontStyle=1;overflow=hidden;whiteSpace=wrap;html=1;" parent="151" vertex="1">
                    <mxGeometry width="30" height="30" as="geometry">
                        <mxRectangle width="30" height="30" as="alternateBounds"/>
                    </mxGeometry>
                </mxCell>
                <mxCell id="153" value="&lt;span style=&quot;color: rgb(0, 0, 0);&quot;&gt;id_trilha: INT(11)&lt;/span&gt;" style="shape=partialRectangle;connectable=0;fillColor=none;top=0;left=0;bottom=0;right=0;align=left;spacingLeft=6;fontStyle=5;overflow=hidden;whiteSpace=wrap;html=1;" parent="151" vertex="1">
                    <mxGeometry x="30" width="280" height="30" as="geometry">
                        <mxRectangle width="280" height="30" as="alternateBounds"/>
                    </mxGeometry>
                </mxCell>
                <mxCell id="183" value="" style="shape=tableRow;horizontal=0;startSize=0;swimlaneHead=0;swimlaneBody=0;fillColor=none;collapsible=0;dropTarget=0;points=[[0,0.5],[1,0.5]];portConstraint=eastwest;top=0;left=0;right=0;bottom=0;" parent="135" vertex="1">
                    <mxGeometry y="90" width="310" height="30" as="geometry"/>
                </mxCell>
                <mxCell id="184" value="" style="shape=partialRectangle;connectable=0;fillColor=none;top=0;left=0;bottom=0;right=0;editable=1;overflow=hidden;" parent="183" vertex="1">
                    <mxGeometry width="30" height="30" as="geometry">
                        <mxRectangle width="30" height="30" as="alternateBounds"/>
                    </mxGeometry>
                </mxCell>
                <mxCell id="185" value="hora_inicio: DATETIME " style="shape=partialRectangle;connectable=0;fillColor=none;top=0;left=0;bottom=0;right=0;align=left;spacingLeft=6;overflow=hidden;fontColor=#000000;" parent="183" vertex="1">
                    <mxGeometry x="30" width="280" height="30" as="geometry">
                        <mxRectangle width="280" height="30" as="alternateBounds"/>
                    </mxGeometry>
                </mxCell>
                <mxCell id="180" value="" style="shape=tableRow;horizontal=0;startSize=0;swimlaneHead=0;swimlaneBody=0;fillColor=none;collapsible=0;dropTarget=0;points=[[0,0.5],[1,0.5]];portConstraint=eastwest;top=0;left=0;right=0;bottom=0;" parent="135" vertex="1">
                    <mxGeometry y="120" width="310" height="30" as="geometry"/>
                </mxCell>
                <mxCell id="181" value="" style="shape=partialRectangle;connectable=0;fillColor=none;top=0;left=0;bottom=0;right=0;editable=1;overflow=hidden;" parent="180" vertex="1">
                    <mxGeometry width="30" height="30" as="geometry">
                        <mxRectangle width="30" height="30" as="alternateBounds"/>
                    </mxGeometry>
                </mxCell>
                <mxCell id="182" value="hora_fim: DATETIME " style="shape=partialRectangle;connectable=0;fillColor=none;top=0;left=0;bottom=0;right=0;align=left;spacingLeft=6;overflow=hidden;fontColor=#000000;" parent="180" vertex="1">
                    <mxGeometry x="30" width="280" height="30" as="geometry">
                        <mxRectangle width="280" height="30" as="alternateBounds"/>
                    </mxGeometry>
                </mxCell>
                <mxCell id="157" value="" style="edgeStyle=orthogonalEdgeStyle;fontSize=12;html=1;endArrow=ERmandOne;startArrow=ERmandOne;exitX=0;exitY=0.5;exitDx=0;exitDy=0;endFill=0;entryX=0;entryY=0.5;entryDx=0;entryDy=0;" parent="1" source="85" target="151" edge="1">
                    <mxGeometry width="100" height="100" relative="1" as="geometry">
                        <mxPoint x="500" y="510" as="sourcePoint"/>
                        <mxPoint x="70" y="220" as="targetPoint"/>
                        <Array as="points">
                            <mxPoint x="110" y="455"/>
                            <mxPoint x="110" y="285"/>
                        </Array>
                    </mxGeometry>
                </mxCell>
-                 <mxCell id="158" value="" style="edgeStyle=orthogonalEdgeStyle;fontSize=12;html=1;endArrow=ERoneToMany;startArrow=ERmandOne;exitX=0;exitY=0.667;exitDx=0;exitDy=0;entryX=1;entryY=0.5;entryDx=0;entryDy=0;exitPerimeter=0;" parent="1" source="72" target="190" edge="1">
+                 <mxCell id="158" value="" style="edgeStyle=orthogonalEdgeStyle;fontSize=12;html=1;endArrow=ERmandOne;startArrow=ERoneToMany;exitX=0;exitY=0.5;exitDx=0;exitDy=0;entryX=1;entryY=0.5;entryDx=0;entryDy=0;endFill=0;startFill=0;" parent="1" source="192" target="85" edge="1">
                    <mxGeometry width="100" height="100" relative="1" as="geometry">
-                         <mxPoint x="480" y="275" as="sourcePoint"/>
-                         <mxPoint x="490" y="330" as="targetPoint"/>
+                         <mxPoint x="810" y="-120.00000000000001" as="sourcePoint"/>
+                         <mxPoint x="480" y="374.99" as="targetPoint"/>
                    </mxGeometry>
                </mxCell>
                <mxCell id="84" value="trilhas" style="shape=table;startSize=30;container=1;collapsible=1;childLayout=tableLayout;fixedRows=1;rowLines=0;fontStyle=1;align=center;resizeLast=1;html=1;" parent="1" vertex="1">
-                     <mxGeometry x="190" y="410" width="280" height="240" as="geometry"/>
+                     <mxGeometry x="190" y="410" width="280" height="210" as="geometry"/>
                </mxCell>
                <mxCell id="85" value="" style="shape=tableRow;horizontal=0;startSize=0;swimlaneHead=0;swimlaneBody=0;fillColor=none;collapsible=0;dropTarget=0;points=[[0,0.5],[1,0.5]];portConstraint=eastwest;top=0;left=0;right=0;bottom=1;" parent="84" vertex="1">
                    <mxGeometry y="30" width="280" height="30" as="geometry"/>
                </mxCell>
                <mxCell id="86" value="PK" style="shape=partialRectangle;connectable=0;fillColor=none;top=0;left=0;bottom=0;right=0;fontStyle=1;overflow=hidden;whiteSpace=wrap;html=1;" parent="85" vertex="1">
                    <mxGeometry width="30" height="30" as="geometry">
                        <mxRectangle width="30" height="30" as="alternateBounds"/>
                    </mxGeometry>
                </mxCell>
                <mxCell id="87" value="id: INT(11)" style="shape=partialRectangle;connectable=0;fillColor=none;top=0;left=0;bottom=0;right=0;align=left;spacingLeft=6;fontStyle=5;overflow=hidden;whiteSpace=wrap;html=1;" parent="85" vertex="1">
                    <mxGeometry x="30" width="250" height="30" as="geometry">
                        <mxRectangle width="250" height="30" as="alternateBounds"/>
                    </mxGeometry>
                </mxCell>
-                 <mxCell id="190" style="shape=tableRow;horizontal=0;startSize=0;swimlaneHead=0;swimlaneBody=0;fillColor=none;collapsible=0;dropTarget=0;points=[[0,0.5],[1,0.5]];portConstraint=eastwest;top=0;left=0;right=0;bottom=1;" parent="84" vertex="1">
+                 <mxCell id="88" value="" style="shape=tableRow;horizontal=0;startSize=0;swimlaneHead=0;swimlaneBody=0;fillColor=none;collapsible=0;dropTarget=0;points=[[0,0.5],[1,0.5]];portConstraint=eastwest;top=0;left=0;right=0;bottom=0;" parent="84" vertex="1">
                    <mxGeometry y="60" width="280" height="30" as="geometry"/>
                </mxCell>
-                 <mxCell id="191" value="FK" style="shape=partialRectangle;connectable=0;fillColor=none;top=0;left=0;bottom=0;right=0;fontStyle=1;overflow=hidden;whiteSpace=wrap;html=1;" parent="190" vertex="1">
-                     <mxGeometry width="30" height="30" as="geometry">
-                         <mxRectangle width="30" height="30" as="alternateBounds"/>
-                     </mxGeometry>
-                 </mxCell>
-                 <mxCell id="192" value="&lt;span style=&quot;color: rgb(0, 0, 0);&quot;&gt;id_cao: INT(11)&lt;/span&gt;" style="shape=partialRectangle;connectable=0;fillColor=none;top=0;left=0;bottom=0;right=0;align=left;spacingLeft=6;fontStyle=5;overflow=hidden;whiteSpace=wrap;html=1;" parent="190" vertex="1">
-                     <mxGeometry x="30" width="250" height="30" as="geometry">
-                         <mxRectangle width="250" height="30" as="alternateBounds"/>
-                     </mxGeometry>
-                 </mxCell>
-                 <mxCell id="88" value="" style="shape=tableRow;horizontal=0;startSize=0;swimlaneHead=0;swimlaneBody=0;fillColor=none;collapsible=0;dropTarget=0;points=[[0,0.5],[1,0.5]];portConstraint=eastwest;top=0;left=0;right=0;bottom=0;" parent="84" vertex="1">
+                 <mxCell id="89" value="" style="shape=partialRectangle;connectable=0;fillColor=none;top=0;left=0;bottom=0;right=0;editable=1;overflow=hidden;whiteSpace=wrap;html=1;" parent="88" vertex="1">
+                     <mxGeometry width="30" height="30" as="geometry">
+                         <mxRectangle width="30" height="30" as="alternateBounds"/>
+                     </mxGeometry>
+                 </mxCell>
+                 <mxCell id="90" value="nome: VARCHAR(150)" style="shape=partialRectangle;connectable=0;fillColor=none;top=0;left=0;bottom=0;right=0;align=left;spacingLeft=6;overflow=hidden;whiteSpace=wrap;html=1;" parent="88" vertex="1">
+                     <mxGeometry x="30" width="250" height="30" as="geometry">
+                         <mxRectangle width="250" height="30" as="alternateBounds"/>
+                     </mxGeometry>
+                 </mxCell>
+                 <mxCell id="91" value="" style="shape=tableRow;horizontal=0;startSize=0;swimlaneHead=0;swimlaneBody=0;fillColor=none;collapsible=0;dropTarget=0;points=[[0,0.5],[1,0.5]];portConstraint=eastwest;top=0;left=0;right=0;bottom=0;" parent="84" vertex="1">
                    <mxGeometry y="90" width="280" height="30" as="geometry"/>
                </mxCell>
-                 <mxCell id="89" value="" style="shape=partialRectangle;connectable=0;fillColor=none;top=0;left=0;bottom=0;right=0;editable=1;overflow=hidden;whiteSpace=wrap;html=1;" parent="88" vertex="1">
-                     <mxGeometry width="30" height="30" as="geometry">
-                         <mxRectangle width="30" height="30" as="alternateBounds"/>
-                     </mxGeometry>
-                 </mxCell>
-                 <mxCell id="90" value="nome: VARCHAR(150)" style="shape=partialRectangle;connectable=0;fillColor=none;top=0;left=0;bottom=0;right=0;align=left;spacingLeft=6;overflow=hidden;whiteSpace=wrap;html=1;" parent="88" vertex="1">
-                     <mxGeometry x="30" width="250" height="30" as="geometry">
-                         <mxRectangle width="250" height="30" as="alternateBounds"/>
-                     </mxGeometry>
-                 </mxCell>
-                 <mxCell id="91" value="" style="shape=tableRow;horizontal=0;startSize=0;swimlaneHead=0;swimlaneBody=0;fillColor=none;collapsible=0;dropTarget=0;points=[[0,0.5],[1,0.5]];portConstraint=eastwest;top=0;left=0;right=0;bottom=0;" parent="84" vertex="1">
+                 <mxCell id="92" value="" style="shape=partialRectangle;connectable=0;fillColor=none;top=0;left=0;bottom=0;right=0;editable=1;overflow=hidden;whiteSpace=wrap;html=1;" parent="91" vertex="1">
+                     <mxGeometry width="30" height="30" as="geometry">
+                         <mxRectangle width="30" height="30" as="alternateBounds"/>
+                     </mxGeometry>
+                 </mxCell>
+                 <mxCell id="93" value="data: DATE&amp;nbsp;" style="shape=partialRectangle;connectable=0;fillColor=none;top=0;left=0;bottom=0;right=0;align=left;spacingLeft=6;overflow=hidden;whiteSpace=wrap;html=1;" parent="91" vertex="1">
+                     <mxGeometry x="30" width="250" height="30" as="geometry">
+                         <mxRectangle width="250" height="30" as="alternateBounds"/>
+                     </mxGeometry>
+                 </mxCell>
+                 <mxCell id="94" value="" style="shape=tableRow;horizontal=0;startSize=0;swimlaneHead=0;swimlaneBody=0;fillColor=none;collapsible=0;dropTarget=0;points=[[0,0.5],[1,0.5]];portConstraint=eastwest;top=0;left=0;right=0;bottom=0;" parent="84" vertex="1">
                    <mxGeometry y="120" width="280" height="30" as="geometry"/>
                </mxCell>
-                 <mxCell id="92" value="" style="shape=partialRectangle;connectable=0;fillColor=none;top=0;left=0;bottom=0;right=0;editable=1;overflow=hidden;whiteSpace=wrap;html=1;" parent="91" vertex="1">
-                     <mxGeometry width="30" height="30" as="geometry">
-                         <mxRectangle width="30" height="30" as="alternateBounds"/>
-                     </mxGeometry>
-                 </mxCell>
-                 <mxCell id="93" value="data: DATE&amp;nbsp;" style="shape=partialRectangle;connectable=0;fillColor=none;top=0;left=0;bottom=0;right=0;align=left;spacingLeft=6;overflow=hidden;whiteSpace=wrap;html=1;" parent="91" vertex="1">
-                     <mxGeometry x="30" width="250" height="30" as="geometry">
-                         <mxRectangle width="250" height="30" as="alternateBounds"/>
-                     </mxGeometry>
-                 </mxCell>
-                 <mxCell id="94" value="" style="shape=tableRow;horizontal=0;startSize=0;swimlaneHead=0;swimlaneBody=0;fillColor=none;collapsible=0;dropTarget=0;points=[[0,0.5],[1,0.5]];portConstraint=eastwest;top=0;left=0;right=0;bottom=0;" parent="84" vertex="1">
+                 <mxCell id="95" value="" style="shape=partialRectangle;connectable=0;fillColor=none;top=0;left=0;bottom=0;right=0;editable=1;overflow=hidden;whiteSpace=wrap;html=1;" parent="94" vertex="1">
+                     <mxGeometry width="30" height="30" as="geometry">
+                         <mxRectangle width="30" height="30" as="alternateBounds"/>
+                     </mxGeometry>
+                 </mxCell>
+                 <mxCell id="96" value="kms: DECIMAL(5,2)" style="shape=partialRectangle;connectable=0;fillColor=none;top=0;left=0;bottom=0;right=0;align=left;spacingLeft=6;overflow=hidden;whiteSpace=wrap;html=1;" parent="94" vertex="1">
+                     <mxGeometry x="30" width="250" height="30" as="geometry">
+                         <mxRectangle width="250" height="30" as="alternateBounds"/>
+                     </mxGeometry>
+                 </mxCell>
+                 <mxCell id="112" style="shape=tableRow;horizontal=0;startSize=0;swimlaneHead=0;swimlaneBody=0;fillColor=none;collapsible=0;dropTarget=0;points=[[0,0.5],[1,0.5]];portConstraint=eastwest;top=0;left=0;right=0;bottom=0;" parent="84" vertex="1">
                    <mxGeometry y="150" width="280" height="30" as="geometry"/>
                </mxCell>
-                 <mxCell id="95" value="" style="shape=partialRectangle;connectable=0;fillColor=none;top=0;left=0;bottom=0;right=0;editable=1;overflow=hidden;whiteSpace=wrap;html=1;" parent="94" vertex="1">
-                     <mxGeometry width="30" height="30" as="geometry">
-                         <mxRectangle width="30" height="30" as="alternateBounds"/>
-                     </mxGeometry>
-                 </mxCell>
-                 <mxCell id="96" value="kms: DECIMAL(5,2)" style="shape=partialRectangle;connectable=0;fillColor=none;top=0;left=0;bottom=0;right=0;align=left;spacingLeft=6;overflow=hidden;whiteSpace=wrap;html=1;" parent="94" vertex="1">
-                     <mxGeometry x="30" width="250" height="30" as="geometry">
-                         <mxRectangle width="250" height="30" as="alternateBounds"/>
-                     </mxGeometry>
-                 </mxCell>
-                 <mxCell id="112" style="shape=tableRow;horizontal=0;startSize=0;swimlaneHead=0;swimlaneBody=0;fillColor=none;collapsible=0;dropTarget=0;points=[[0,0.5],[1,0.5]];portConstraint=eastwest;top=0;left=0;right=0;bottom=0;" parent="84" vertex="1">
+                 <mxCell id="113" style="shape=partialRectangle;connectable=0;fillColor=none;top=0;left=0;bottom=0;right=0;editable=1;overflow=hidden;whiteSpace=wrap;html=1;" parent="112" vertex="1">
+                     <mxGeometry width="30" height="30" as="geometry">
+                         <mxRectangle width="30" height="30" as="alternateBounds"/>
+                     </mxGeometry>
+                 </mxCell>
+                 <mxCell id="114" value="localidade: VARCHAR(100)" style="shape=partialRectangle;connectable=0;fillColor=none;top=0;left=0;bottom=0;right=0;align=left;spacingLeft=6;overflow=hidden;whiteSpace=wrap;html=1;" parent="112" vertex="1">
+                     <mxGeometry x="30" width="250" height="30" as="geometry">
+                         <mxRectangle width="250" height="30" as="alternateBounds"/>
+                     </mxGeometry>
+                 </mxCell>
+                 <mxCell id="109" style="shape=tableRow;horizontal=0;startSize=0;swimlaneHead=0;swimlaneBody=0;fillColor=none;collapsible=0;dropTarget=0;points=[[0,0.5],[1,0.5]];portConstraint=eastwest;top=0;left=0;right=0;bottom=0;" parent="84" vertex="1">
                    <mxGeometry y="180" width="280" height="30" as="geometry"/>
-                 </mxCell>
-                 <mxCell id="113" style="shape=partialRectangle;connectable=0;fillColor=none;top=0;left=0;bottom=0;right=0;editable=1;overflow=hidden;whiteSpace=wrap;html=1;" parent="112" vertex="1">
-                     <mxGeometry width="30" height="30" as="geometry">
-                         <mxRectangle width="30" height="30" as="alternateBounds"/>
-                     </mxGeometry>
-                 </mxCell>
-                 <mxCell id="114" value="localidade: VARCHAR(100)" style="shape=partialRectangle;connectable=0;fillColor=none;top=0;left=0;bottom=0;right=0;align=left;spacingLeft=6;overflow=hidden;whiteSpace=wrap;html=1;" parent="112" vertex="1">
-                     <mxGeometry x="30" width="250" height="30" as="geometry">
-                         <mxRectangle width="250" height="30" as="alternateBounds"/>
-                     </mxGeometry>
-                 </mxCell>
-                 <mxCell id="109" style="shape=tableRow;horizontal=0;startSize=0;swimlaneHead=0;swimlaneBody=0;fillColor=none;collapsible=0;dropTarget=0;points=[[0,0.5],[1,0.5]];portConstraint=eastwest;top=0;left=0;right=0;bottom=0;" parent="84" vertex="1">
-                     <mxGeometry y="210" width="280" height="30" as="geometry"/>
                </mxCell>
                <mxCell id="110" style="shape=partialRectangle;connectable=0;fillColor=none;top=0;left=0;bottom=0;right=0;editable=1;overflow=hidden;whiteSpace=wrap;html=1;" parent="109" vertex="1">
                    <mxGeometry width="30" height="30" as="geometry">
                        <mxRectangle width="30" height="30" as="alternateBounds"/>
                    </mxGeometry>
                </mxCell>
                <mxCell id="111" value="localizacao&lt;span style=&quot;color: rgb(0, 0, 0);&quot;&gt;: VARCHAR(100)&lt;/span&gt;" style="shape=partialRectangle;connectable=0;fillColor=none;top=0;left=0;bottom=0;right=0;align=left;spacingLeft=6;overflow=hidden;whiteSpace=wrap;html=1;" parent="109" vertex="1">
                    <mxGeometry x="30" width="250" height="30" as="geometry">
                        <mxRectangle width="250" height="30" as="alternateBounds"/>
                    </mxGeometry>
                </mxCell>
            </root>
        </mxGraphModel>
    </diagram>
</mxfile>